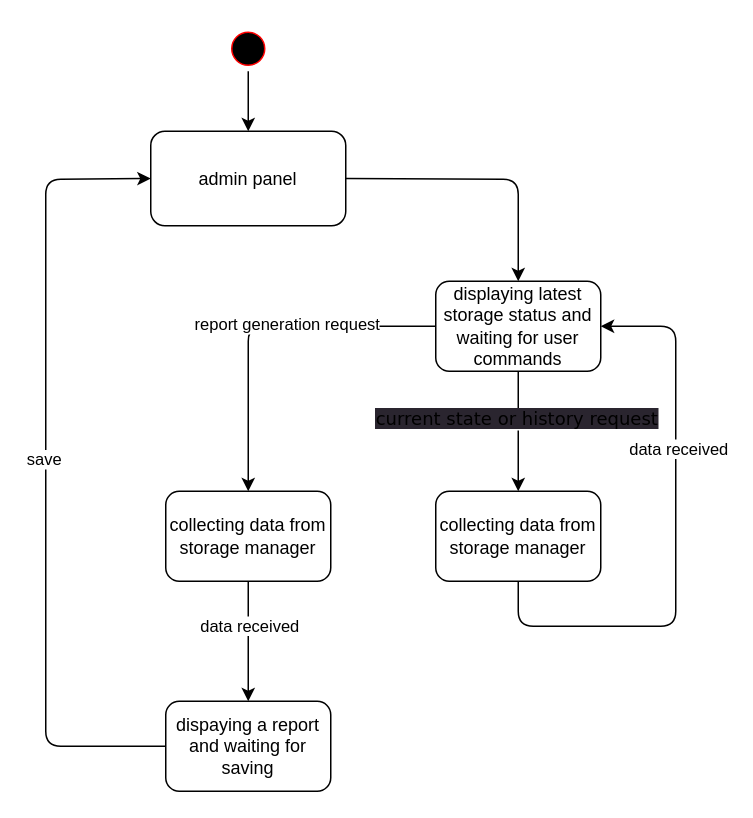
starovoid/structured-systems keeps this draw.io diagram as lab1/states.drawio. Above is the earlier version. Source tidied: cells renumbered, new cells numbered last; positions are measured from the earlier drawing's top-left corner, leaving out a move shared by most shapes. Both pictures are drawn from the tidied source at 150%, with x=0, y=0 at pixel (45, 26).
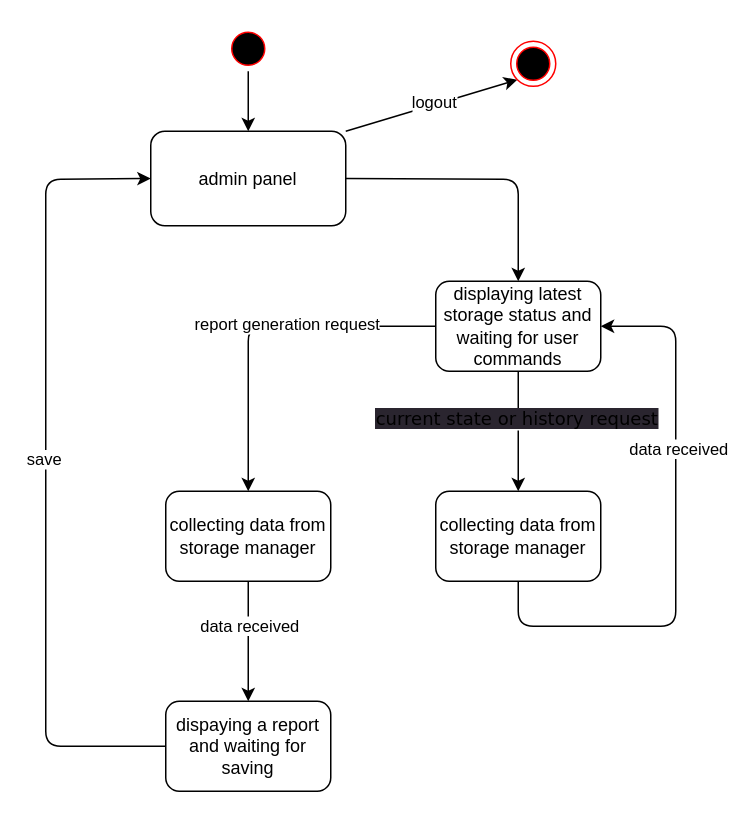
The same diagram, later.

Commit message:
Update states diagram

Unchanged cells that the change refers to:
```xml
<mxCell id="3" value="admin panel" style="rounded=1;whiteSpace=wrap;html=1;" parent="1" vertex="1">
  <mxGeometry x="70" y="70" width="130" height="63" as="geometry" />
</mxCell>
```

The edit, as a diff of the source:
```diff
@@
+    <mxCell id="20" style="edgeStyle=none;html=1;exitX=1;exitY=0;exitDx=0;exitDy=0;entryX=0;entryY=1;entryDx=0;entryDy=0;" parent="1" edge="1" source="3" target="22">
+      <mxGeometry relative="1" as="geometry" />
+    </mxCell>
+    <mxCell id="21" value="logout" style="edgeLabel;html=1;align=center;verticalAlign=middle;" parent="20" vertex="1">
+      <mxGeometry x="0.23" y="1" relative="1" as="geometry">
+        <mxPoint x="-11" y="2" as="offset" />
+      </mxGeometry>
+    </mxCell>
@@
+    <mxCell id="22" style="ellipse;html=1;shape=endState;fillColor=#000000;strokeColor=#ff0000;" parent="1" vertex="1">
+      <mxGeometry x="310" y="10" width="30" height="30" as="geometry" />
+    </mxCell>
```
